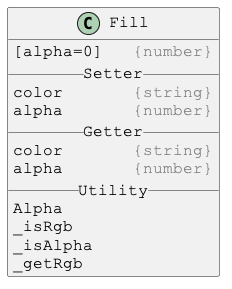
Earlier version of the PlantUML export docs/PlantUml/images/Fill.png (Justin-Byrne/canvasLab).
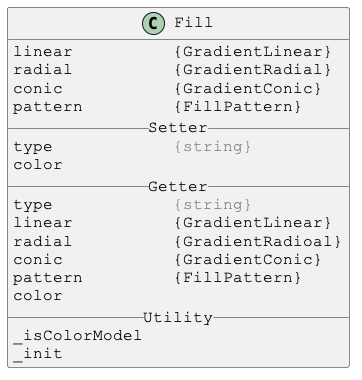
After the commit.

The edit, as a diff of the source:
```diff
@@ -4,18 +4,23 @@
 skinparam DefaultFontName Courier New
 
 class Fill {
-[alpha=0]   <color:gray>{number}</color>
+linear          {GradientLinear}
+radial          {GradientRadial}
+conic           {GradientConic}
+pattern         {FillPattern}
 __ Setter __
-color       <color:gray>{string}</color>
-alpha       <color:gray>{number}</color>
+type            <color:gray>{string}</color>
+color
 __ Getter __
-color       <color:gray>{string}</color>
-alpha       <color:gray>{number}</color>
+type            <color:gray>{string}</color>
+linear          {GradientLinear}
+radial          {GradientRadioal}
+conic           {GradientConic}
+pattern         {FillPattern}
+color
 __ Utility __
-Alpha
-_isRgb
-_isAlpha
-_getRgb
+_isColorModel
+_init
 }
 
 @enduml
```
